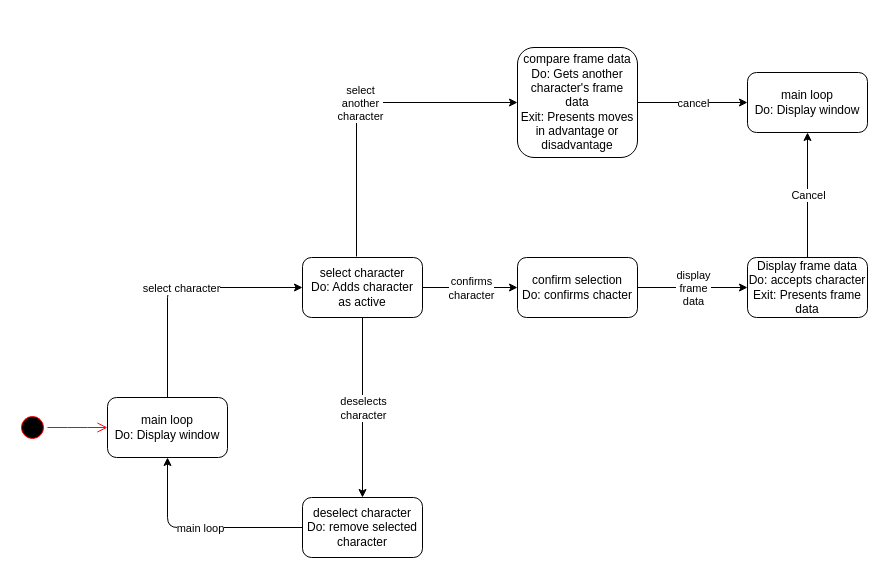
aramis-matos/SkyboundDB keeps this draw.io diagram as Behavioral Diagram.drawio. Above is the earlier version. Source tidied: cells renumbered, new cells numbered last; positions are measured from the earlier drawing's top-left corner, leaving out a move shared by most shapes. Both pictures are drawn from the tidied source at 100%, with x=0, y=0 at pixel (17, 47).
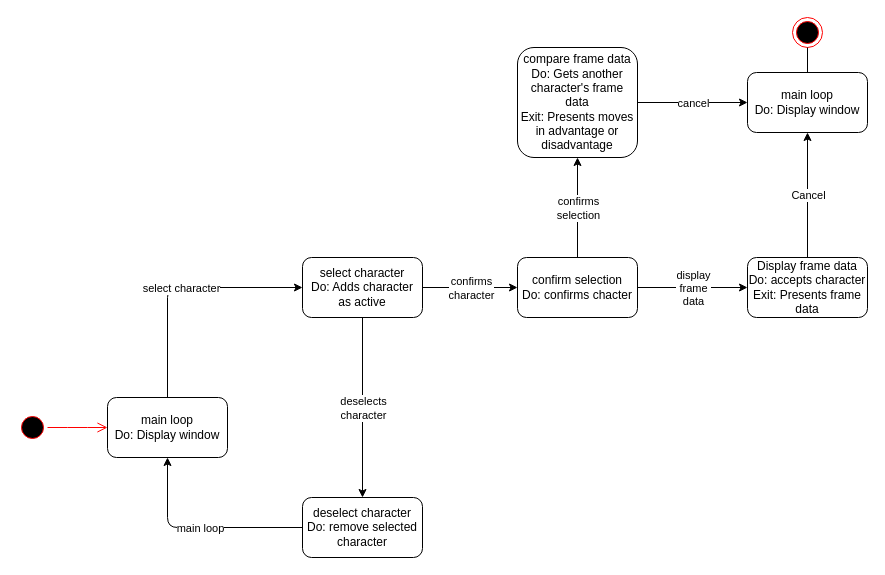
Above is the later version.

The change refers to these unchanged cells:
```xml
<mxCell id="5" value="&lt;div&gt;select character&lt;/div&gt;&lt;div&gt;Do: Adds character as active&lt;br&gt;&lt;/div&gt;" style="rounded=1;whiteSpace=wrap;html=1;" parent="1" vertex="1">
  <mxGeometry x="285" y="210" width="120" height="60" as="geometry" />
</mxCell>
<mxCell id="7" value="&lt;div&gt;compare frame data&lt;/div&gt;&lt;div&gt;Do: Gets another character's frame data&lt;/div&gt;&lt;div&gt;Exit: Presents moves in advantage or disadvantage&lt;br&gt;&lt;/div&gt;" style="rounded=1;whiteSpace=wrap;html=1;" parent="1" vertex="1">
  <mxGeometry x="500" width="120" height="110" as="geometry" />
</mxCell>
<mxCell id="8" value="&lt;div&gt;confirm selection&lt;/div&gt;&lt;div&gt;Do: confirms chacter&lt;br&gt;&lt;/div&gt;" style="rounded=1;whiteSpace=wrap;html=1;" parent="1" vertex="1">
  <mxGeometry x="500" y="210" width="120" height="60" as="geometry" />
</mxCell>
<mxCell id="9" value="&lt;div&gt;main loop&lt;/div&gt;&lt;div&gt;Do: Display window&lt;br&gt;&lt;/div&gt;" style="rounded=1;whiteSpace=wrap;html=1;" parent="1" vertex="1">
  <mxGeometry x="730" y="25" width="120" height="60" as="geometry" />
</mxCell>
```

Change to the diagram source:
```diff
@@
-    <mxCell id="15" style="endArrow=classic;html=1;exitX=0.45;exitY=-0.017;exitDx=0;exitDy=0;exitPerimeter=0;entryX=0;entryY=0.5;entryDx=0;entryDy=0;" parent="1" edge="1" source="5" target="7">
-      <mxGeometry relative="1" as="geometry">
-        <Array as="points">
-          <mxPoint x="339" y="55" />
-        </Array>
-      </mxGeometry>
-    </mxCell>
-    <mxCell id="16" value="&lt;div&gt;select&lt;/div&gt;&lt;div&gt;another&lt;/div&gt;&lt;div&gt;character&lt;br&gt;&lt;/div&gt;" style="edgeLabel;html=1;align=center;verticalAlign=middle;" parent="15" vertex="1">
-      <mxGeometry relative="1" as="geometry" />
-    </mxCell>
@@
+    <mxCell id="27" style="endArrow=classic;html=1;exitX=0.5;exitY=0;exitDx=0;exitDy=0;entryX=0.5;entryY=1;entryDx=0;entryDy=0;" parent="1" edge="1" source="8" target="7">
+      <mxGeometry relative="1" as="geometry" />
+    </mxCell>
+    <mxCell id="28" value="&lt;div&gt;confirms&lt;/div&gt;&lt;div&gt;selection&lt;/div&gt;" style="edgeLabel;html=1;align=center;verticalAlign=middle;" parent="27" vertex="1">
+      <mxGeometry relative="1" as="geometry" />
+    </mxCell>
+    <mxCell id="29" style="ellipse;html=1;shape=endState;fillColor=#000000;strokeColor=#ff0000;" parent="1" vertex="1">
+      <mxGeometry x="775" y="-30" width="30" height="30" as="geometry" />
+    </mxCell>
+    <mxCell id="30" style="endArrow=none;html=1;entryX=0.5;entryY=0;entryDx=0;entryDy=0;exitX=0.5;exitY=1;exitDx=0;exitDy=0;" parent="1" edge="1" source="29" target="9">
+      <mxGeometry relative="1" as="geometry" />
+    </mxCell>
```
